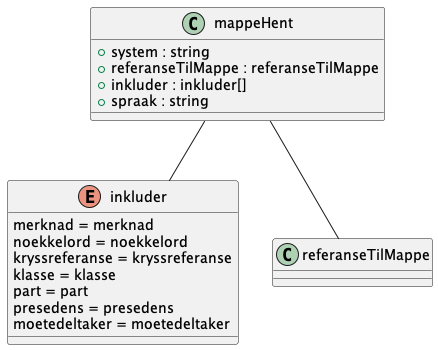
Above: Dokumentasjon/V1/SchemaModels/no/ks/fiks/arkiv/v1/innsyn/mappe/hent-relations.png in ks-no/fiks-arkiv-specification (PlantUML), before the change.
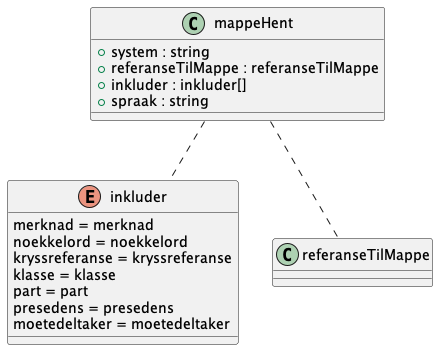
The same file after the commit.

Change to the diagram source:
```diff
@@ -1,22 +1,7 @@
 @startuml
+!include hent.pu
 
-enum inkluder {
-    merknad = merknad
-    noekkelord = noekkelord
-    kryssreferanse = kryssreferanse
-    klasse = klasse
-    part = part
-    presedens = presedens
-    moetedeltaker = moetedeltaker
-}
-class mappeHent {
-    +system : string
-    +referanseTilMappe : referanseTilMappe
-    +inkluder : inkluder[]
-    +spraak : string
-}
-
-mappeHent -- inkluder
-mappeHent -- referanseTilMappe
+mappeHent .. inkluder
+mappeHent .. referanseTilMappe
 
 @enduml
```
